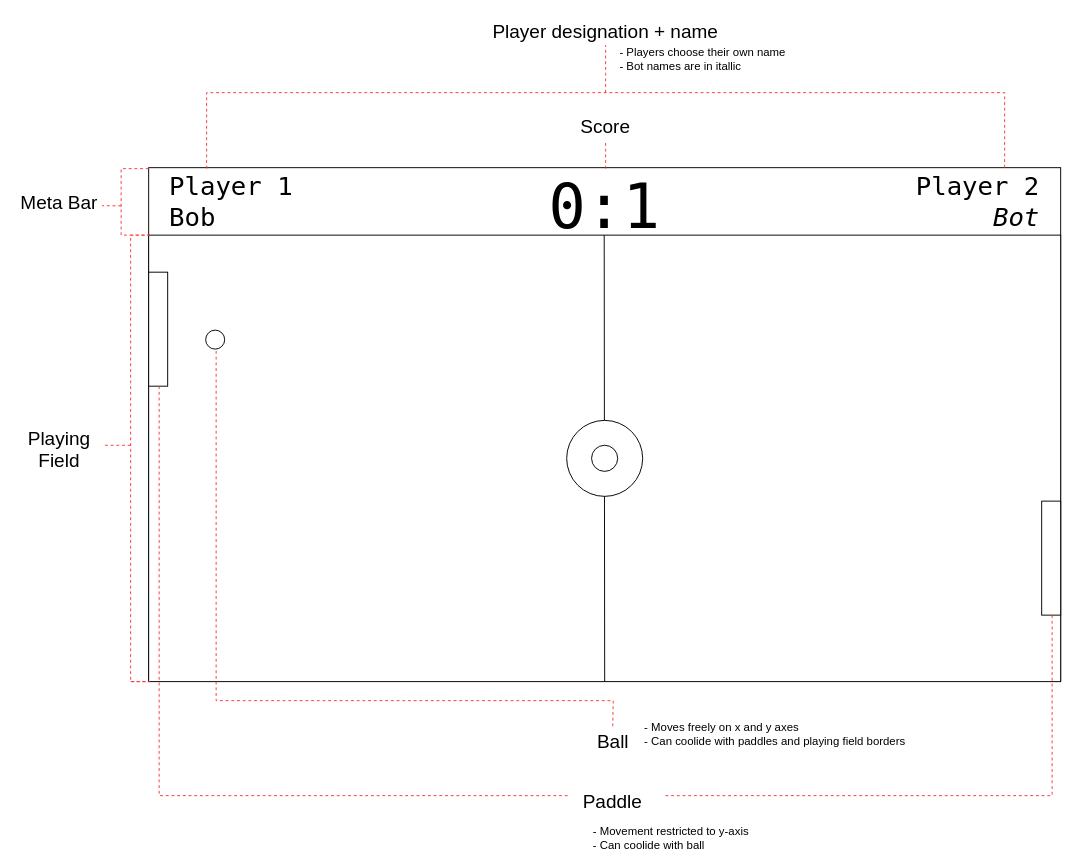
Above: page "Main_Level" (2 of 2) of _Diagram/Game_Wireframe.drawio in DusDus3428/UE_PaddlePong (draw.io), before the change. Source tidied: cells renumbered, new cells numbered last; positions are measured from the earlier drawing's top-left corner, leaving out a move shared by most shapes. Both pictures are drawn from the tidied source at 95%, with x=0, y=0 at pixel (16, 16).
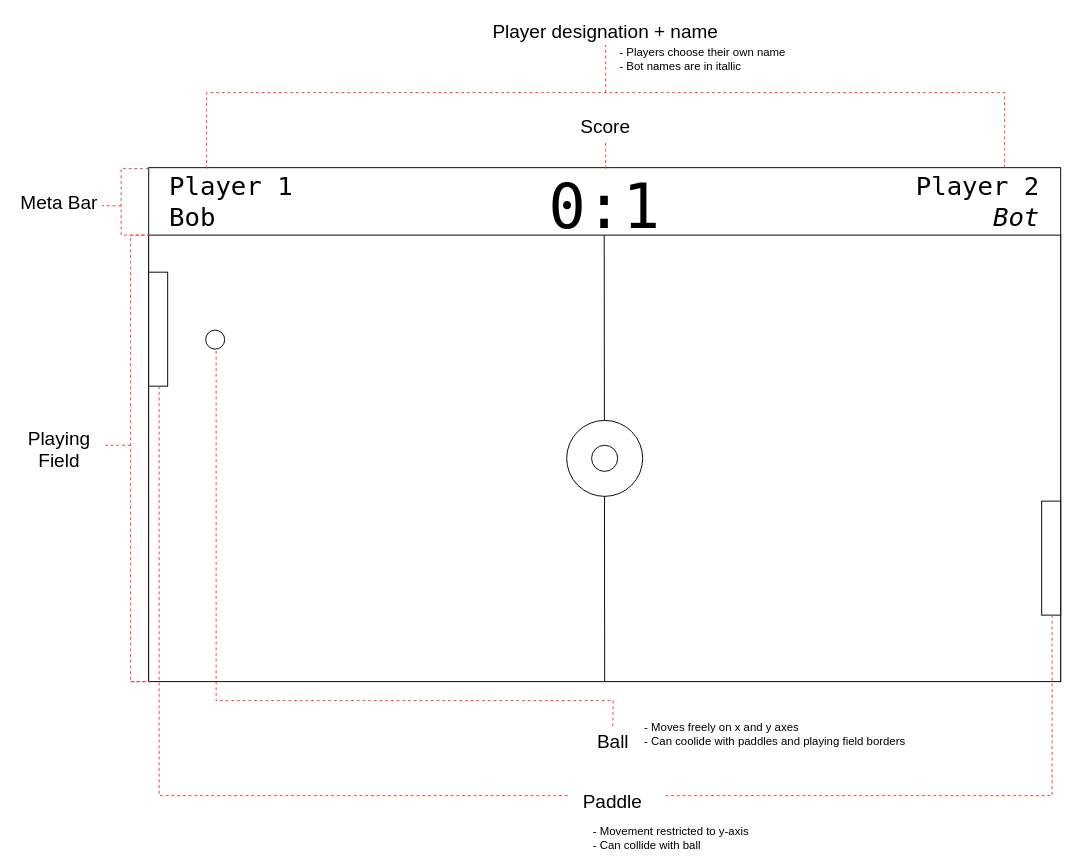
The same diagram, later.

Diff of the diagram source:
```diff
@@
-    <mxCell id="30" value="- Movement restricted to y-axis&lt;div&gt;- Can coolide with ball&lt;/div&gt;" style="text;html=1;whiteSpace=wrap;strokeColor=none;fillColor=none;align=left;verticalAlign=middle;rounded=0;" parent="1" vertex="1">
+    <mxCell id="30" value="- Movement restricted to y-axis&lt;div&gt;- Can collide with ball&lt;/div&gt;" style="text;html=1;whiteSpace=wrap;strokeColor=none;fillColor=none;align=left;verticalAlign=middle;rounded=0;" parent="1" vertex="1">
       <mxGeometry x="605.2" y="850" width="277" height="30" as="geometry" />
     </mxCell>
```
